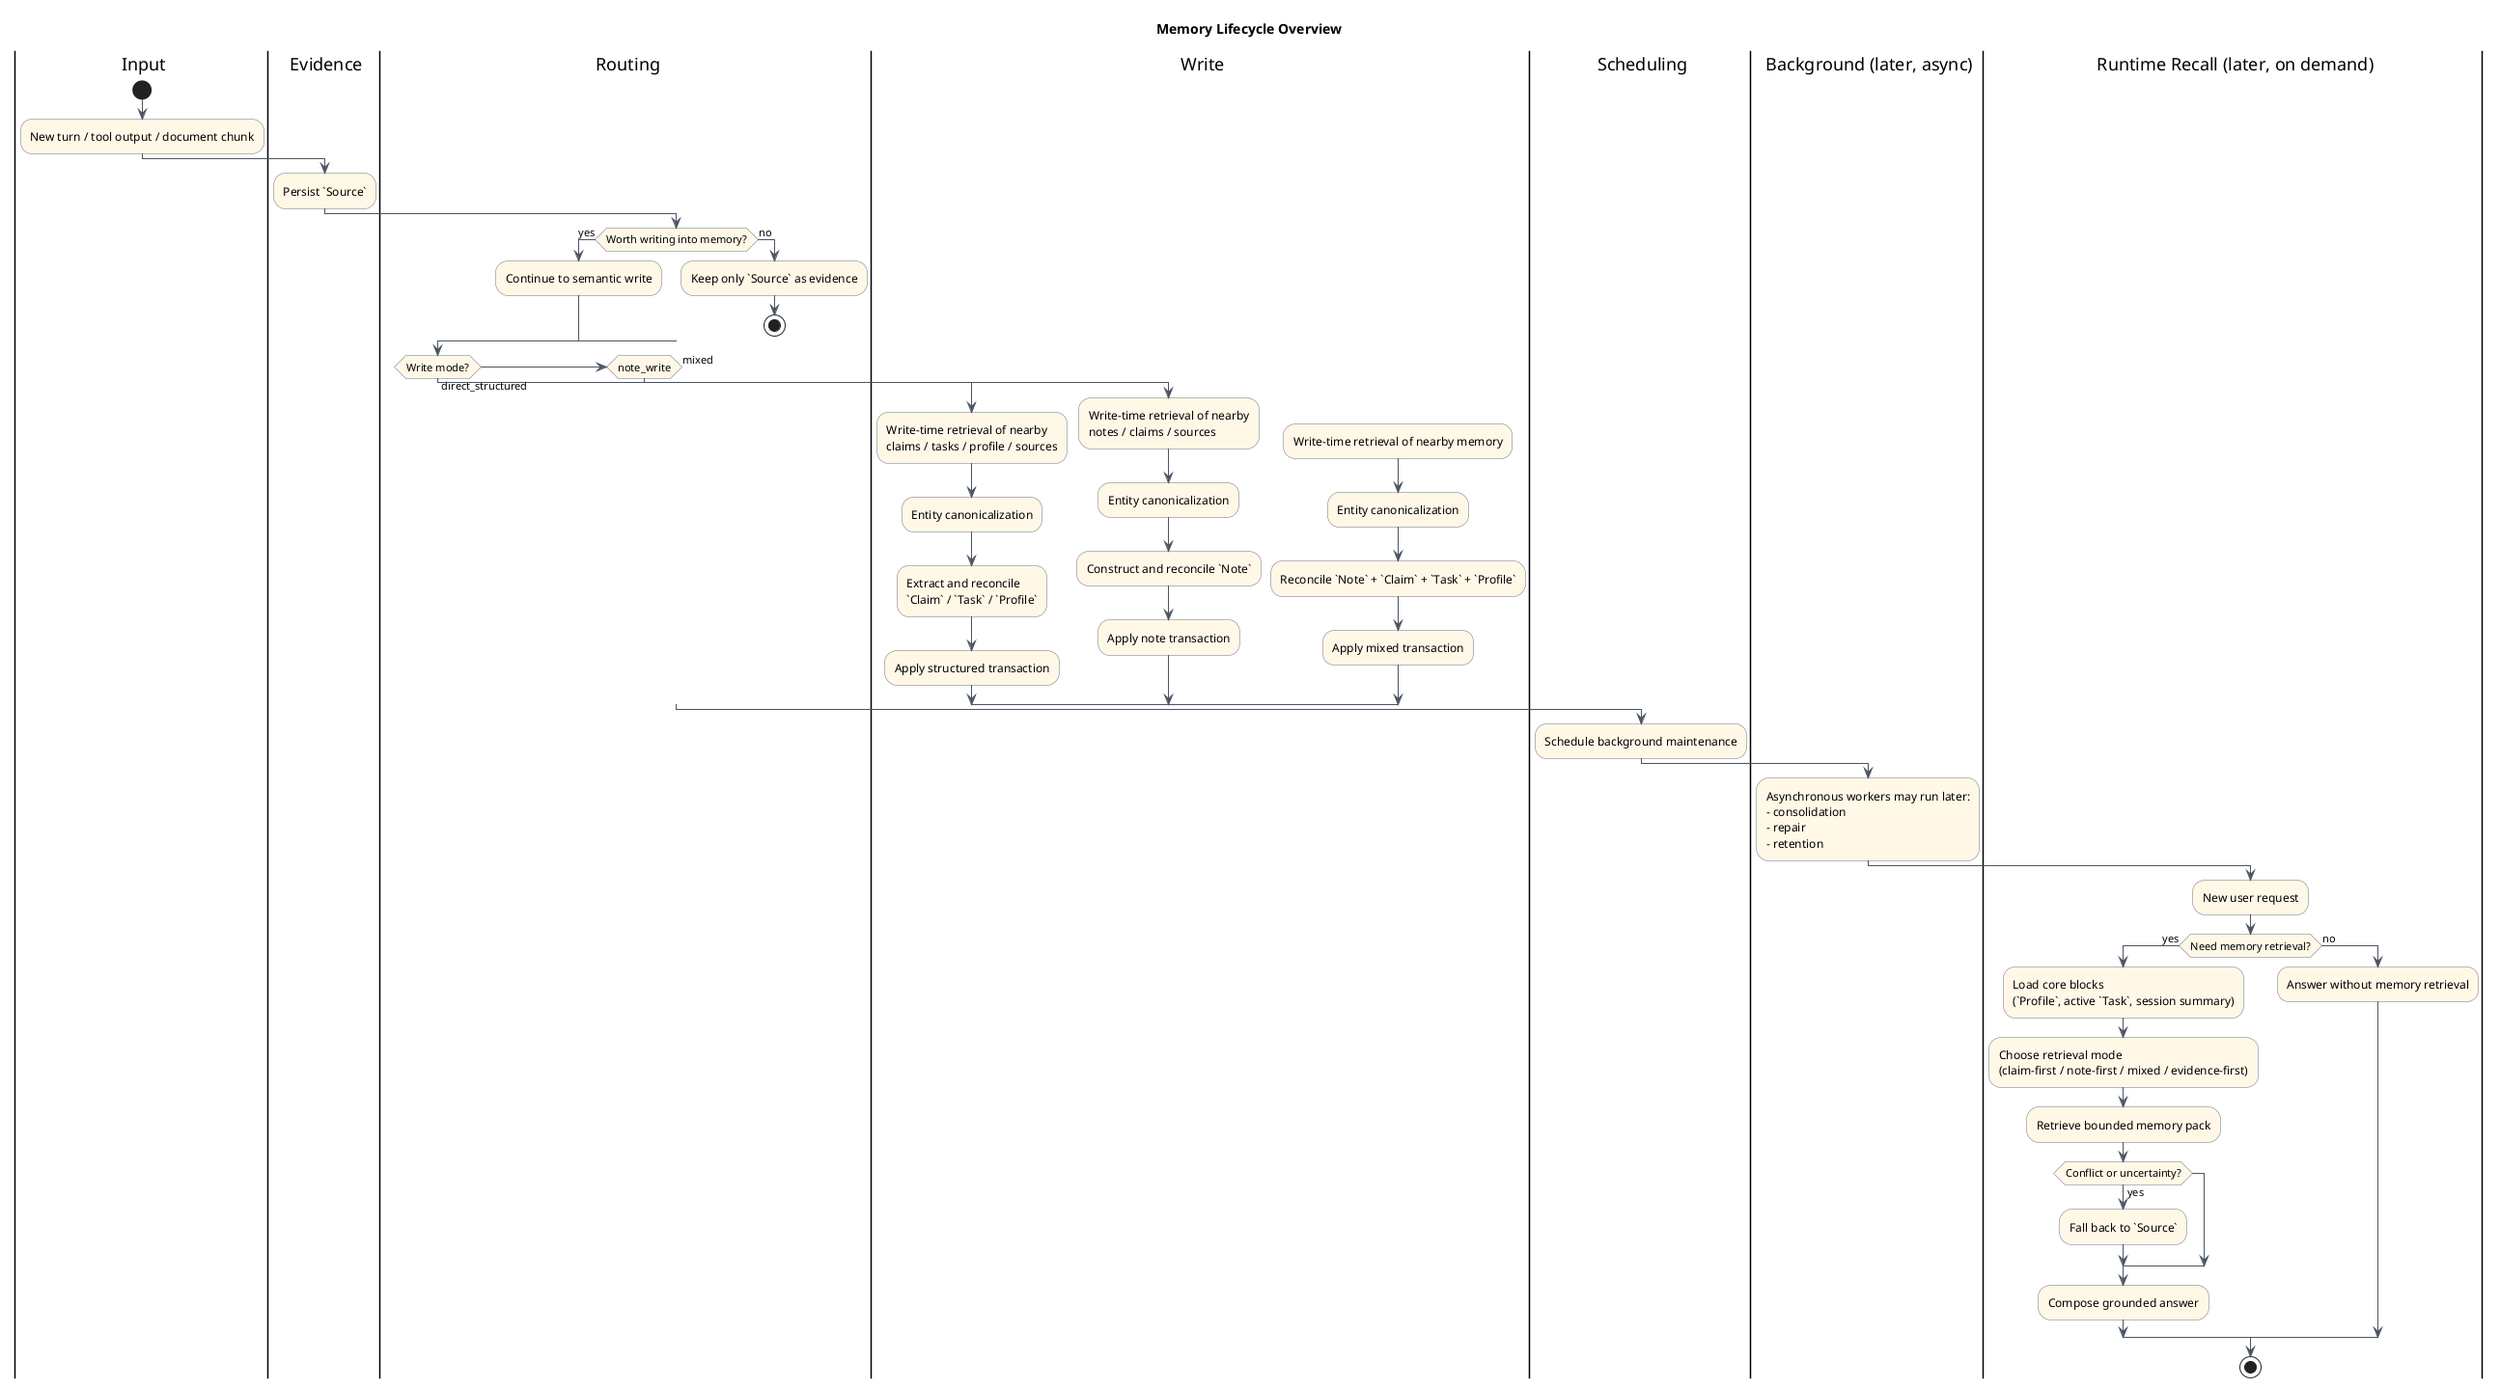
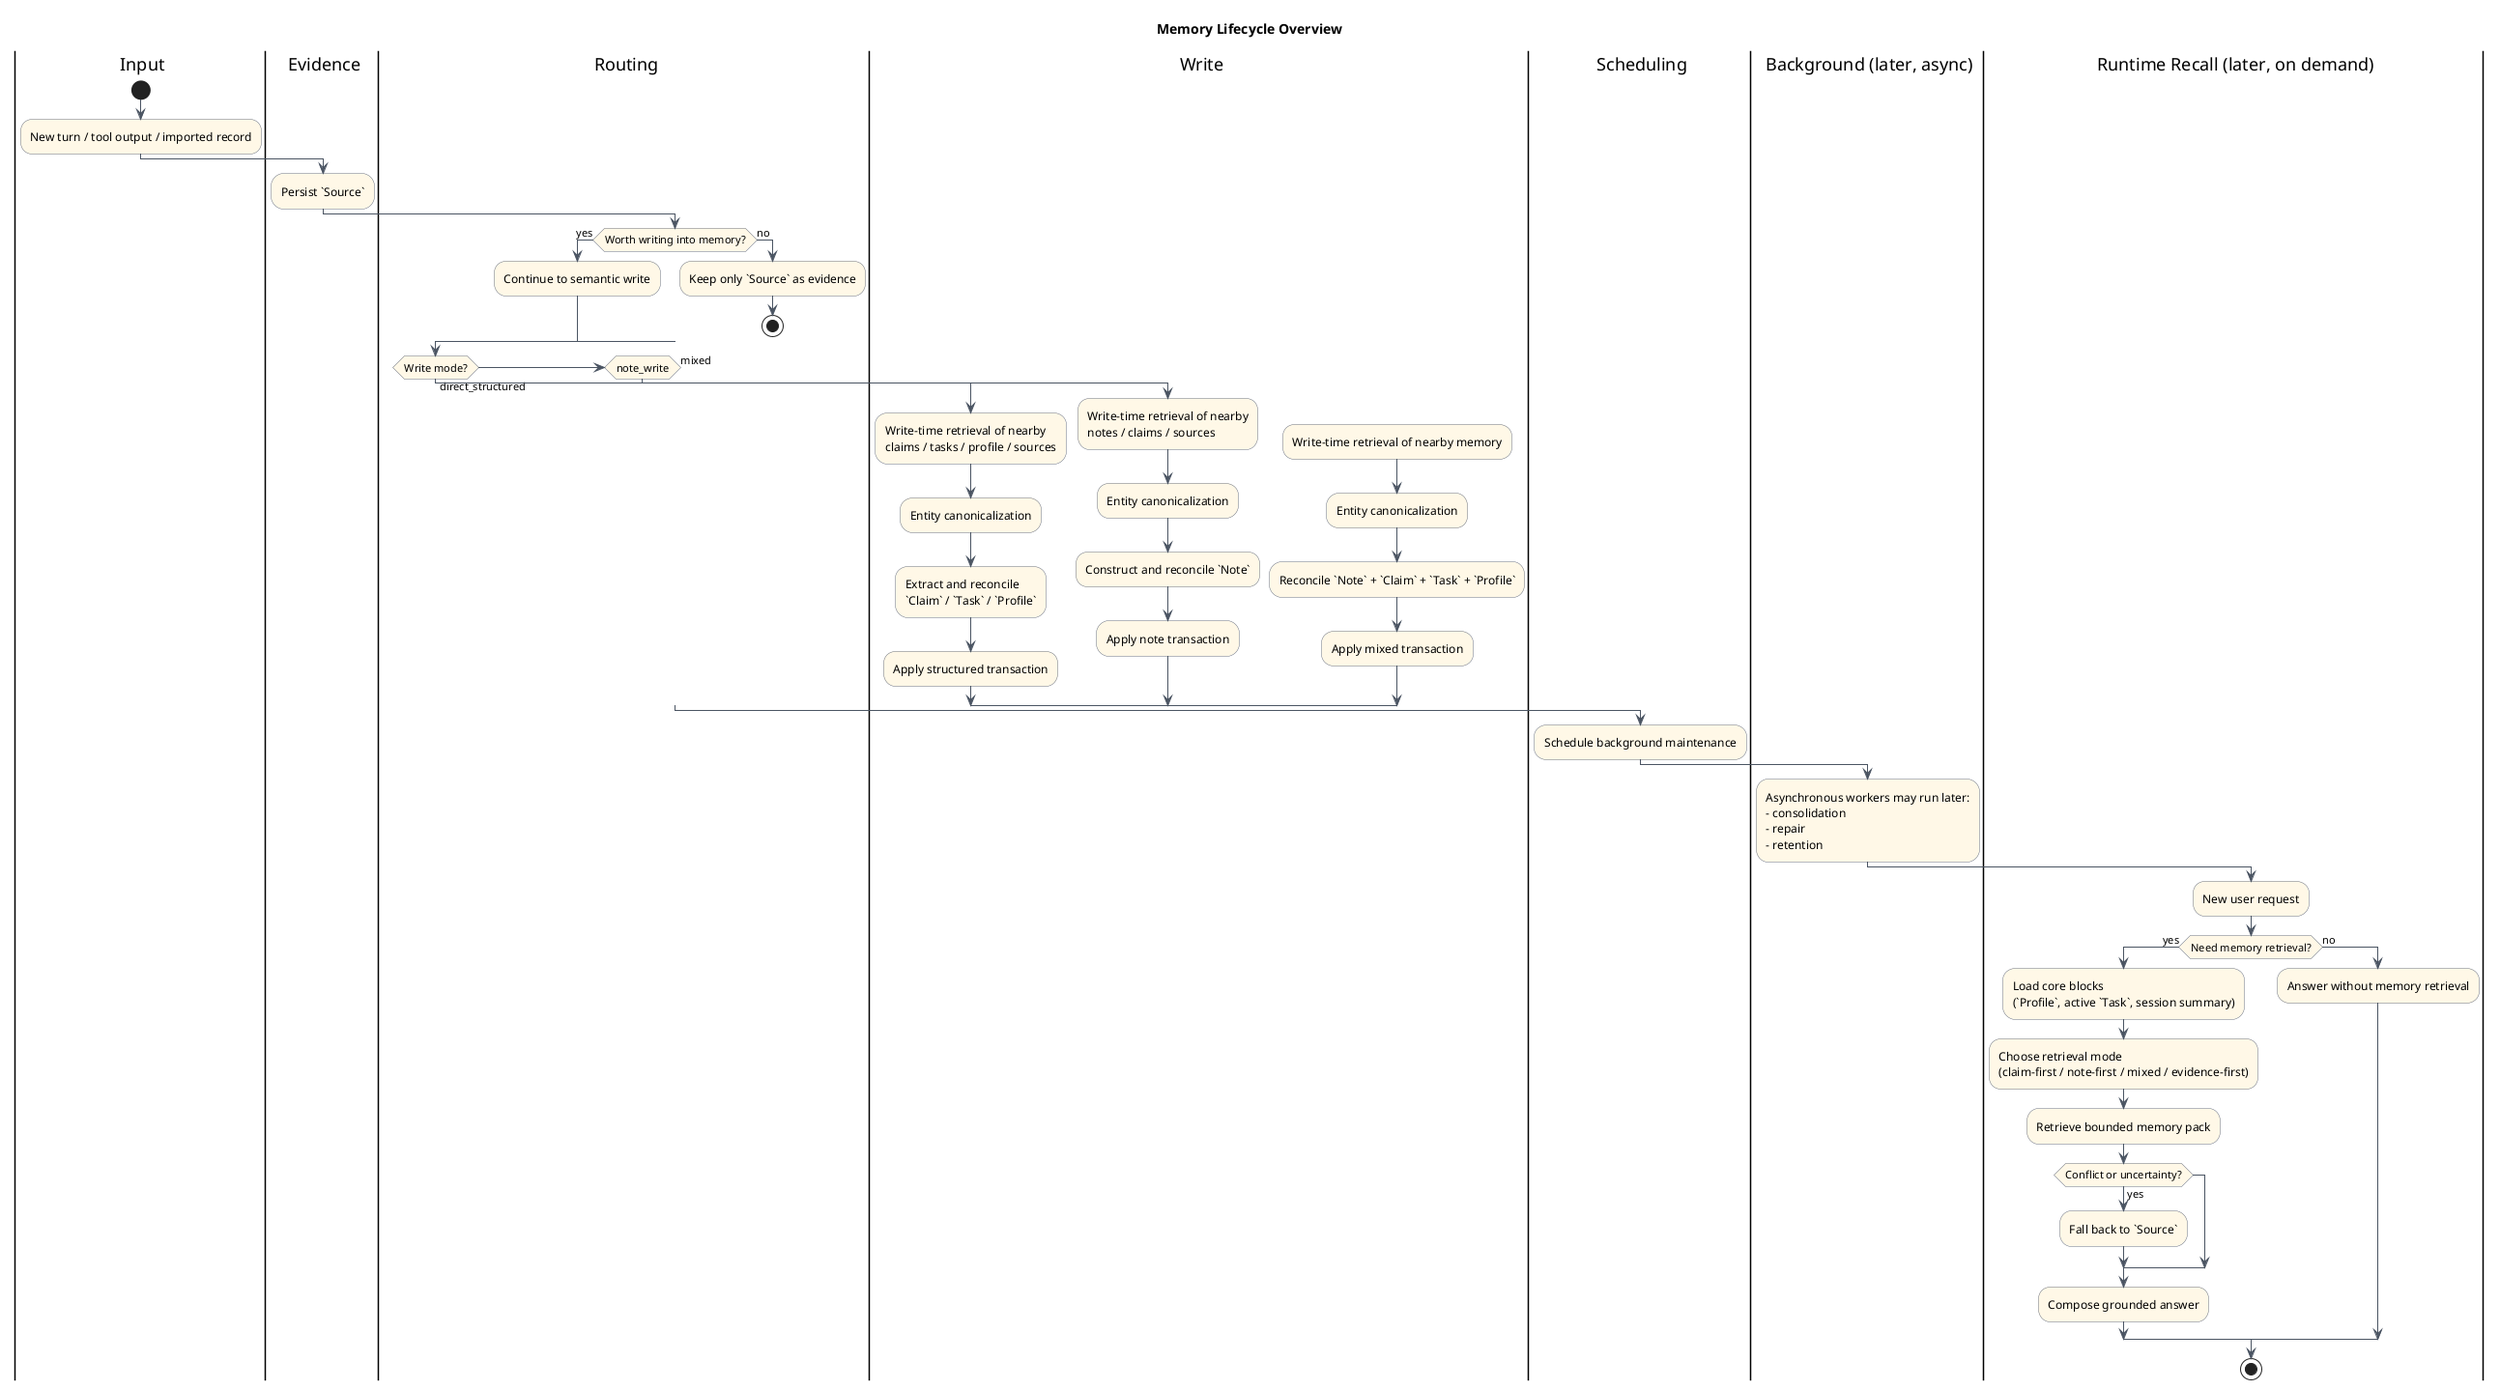
@startuml
title Memory Lifecycle Overview

skinparam shadowing false
skinparam ActivityBackgroundColor #FFF8E7
skinparam ActivityBorderColor #6B7280
skinparam ArrowColor #4B5563
skinparam ConditionEndStyle hline

|input| Input
|evidence| Evidence
|routing| Routing
|write| Write
|scheduling| Scheduling
|background| Background (later, async)
|recall| Runtime Recall (later, on demand)

|input|
start
- :New turn / tool output / document chunk;
+ :New turn / tool output / imported record;

|evidence|
:Persist `Source`;

|routing|
if (Worth writing into memory?) then (yes)
  :Continue to semantic write;
else (no)
  :Keep only `Source` as evidence;
  stop
endif

if (Write mode?) then (direct_structured)
  |write|
  :Write-time retrieval of nearby\nclaims / tasks / profile / sources;
  :Entity canonicalization;
  :Extract and reconcile\n`Claim` / `Task` / `Profile`;
  :Apply structured transaction;
elseif (note_write)
  |write|
  :Write-time retrieval of nearby\nnotes / claims / sources;
  :Entity canonicalization;
  :Construct and reconcile `Note`;
  :Apply note transaction;
else (mixed)
  |write|
  :Write-time retrieval of nearby memory;
  :Entity canonicalization;
  :Reconcile `Note` + `Claim` + `Task` + `Profile`;
  :Apply mixed transaction;
endif

|scheduling|
:Schedule background maintenance;

|background|
:Asynchronous workers may run later:\n- consolidation\n- repair\n- retention;

|recall|
:New user request;
if (Need memory retrieval?) then (yes)
  :Load core blocks\n(`Profile`, active `Task`, session summary);
  :Choose retrieval mode\n(claim-first / note-first / mixed / evidence-first);
  :Retrieve bounded memory pack;
  if (Conflict or uncertainty?) then (yes)
    :Fall back to `Source`;
  endif
  :Compose grounded answer;
else (no)
  :Answer without memory retrieval;
endif

stop

@enduml
